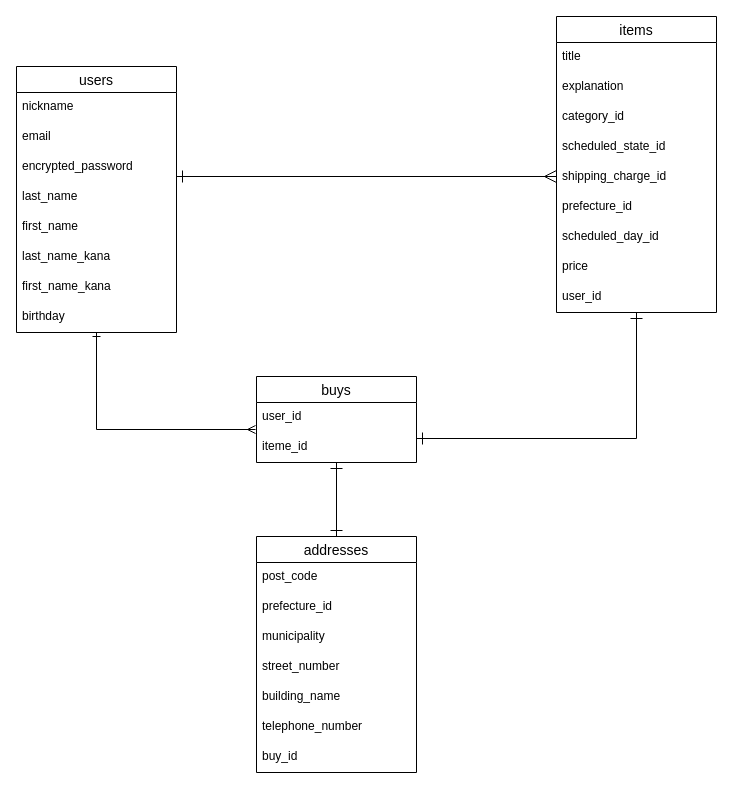
The draw.io diagram furima.dio in mari2326/furima-36428, before the edit. Source tidied: cells renumbered, new cells numbered last; positions are measured from the earlier drawing's top-left corner, leaving out a move shared by most shapes. Both pictures are drawn from the tidied source at 100%, with x=0, y=0 at pixel (16, 16).
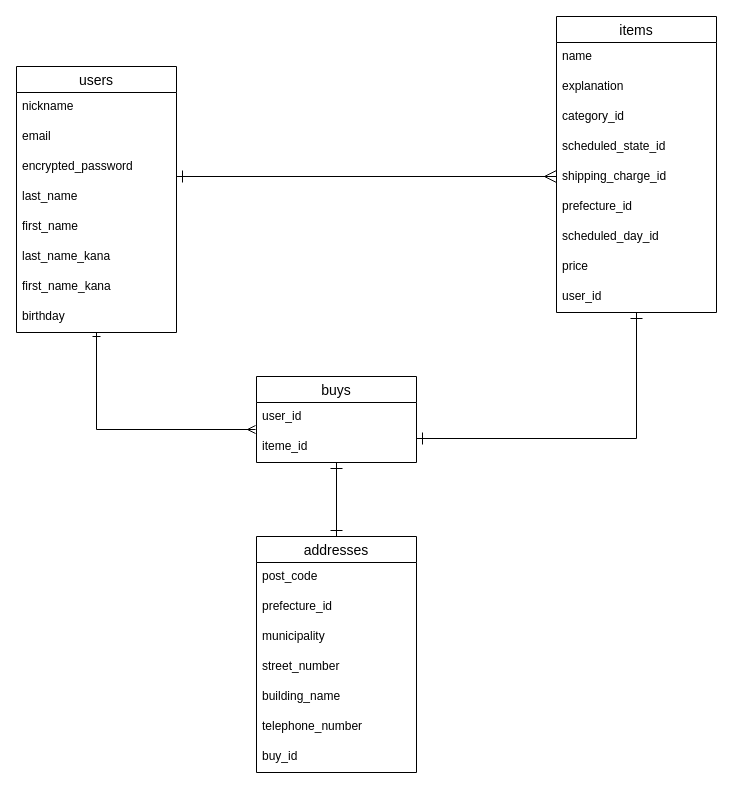
Above is the later version.

Unchanged cells that the change refers to:
```xml
<mxCell id="13" value="items" style="swimlane;fontStyle=0;horizontal=1;startSize=26;align=center;fontSize=14;" parent="1" vertex="1">
  <mxGeometry x="540" width="160" height="296" as="geometry" />
</mxCell>
```

The edit, as a diff of the source:
```diff
@@
-    <mxCell id="14" value="title" style="text;strokeColor=none;fillColor=none;spacingLeft=4;spacingRight=4;overflow=hidden;fontSize=12;" parent="13" vertex="1">
+    <mxCell id="14" value="name" style="text;strokeColor=none;fillColor=none;spacingLeft=4;spacingRight=4;overflow=hidden;fontSize=12;" parent="13" vertex="1">
       <mxGeometry y="26" width="160" height="30" as="geometry" />
     </mxCell>
```
